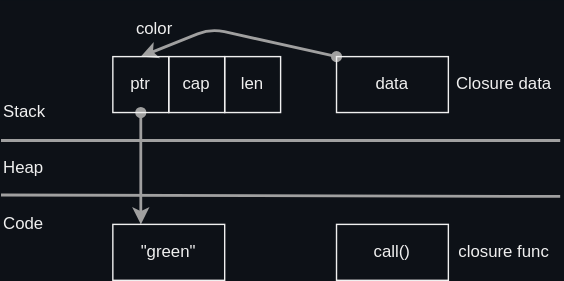
This is docs/rust/memory_layout/images/fn_closure.drawio.svg from htgithub194/self-study, a draw.io export, as it was before one commit. Source tidied: cells renumbered, new cells last; positions are measured from the earlier drawing's top-left corner, leaving out a move shared by most shapes.
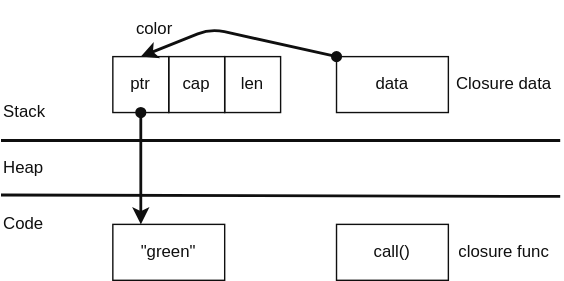
After the commit.

What changed in the source:
```diff
@@ -1,63 +1,63 @@
-<mxGraphModel background="#0D1117">
+<mxGraphModel>
   <root>
     <mxCell id="0" />
     <mxCell id="1" parent="0" />
-    <mxCell id="2" value="Closure data" style="text;html=1;strokeColor=none;fillColor=none;align=center;verticalAlign=middle;whiteSpace=wrap;rounded=0;fontColor=#F0F0F0;" parent="1" vertex="1">
+    <mxCell id="2" value="Closure data" style="text;html=1;strokeColor=none;fillColor=none;align=center;verticalAlign=middle;whiteSpace=wrap;rounded=0;fontColor=light-dark(#0F0F0F,#F0F0F0);" parent="1" vertex="1">
       <mxGeometry x="320" y="40" width="80" height="40" as="geometry" />
     </mxCell>
-    <mxCell id="3" style="endArrow=none;html=1;strokeColor=#A0A0A0;strokeWidth=2;" parent="1" edge="1">
+    <mxCell id="3" style="endArrow=none;html=1;strokeColor=light-dark(#0F0F0F,#F0F0F0);strokeWidth=2;fontColor=light-dark(#0F0F0F,#F0F0F0);" parent="1" edge="1">
       <mxGeometry relative="1" as="geometry">
         <mxPoint y="100" as="sourcePoint" />
         <mxPoint x="400" y="100" as="targetPoint" />
       </mxGeometry>
     </mxCell>
-    <mxCell id="4" value="Heap" style="text;html=1;strokeColor=none;fillColor=none;align=left;verticalAlign=middle;whiteSpace=wrap;rounded=0;fontColor=#F0F0F0;" parent="1" vertex="1">
+    <mxCell id="4" value="Heap" style="text;html=1;strokeColor=none;fillColor=none;align=left;verticalAlign=middle;whiteSpace=wrap;rounded=0;fontColor=light-dark(#0F0F0F,#F0F0F0);" parent="1" vertex="1">
       <mxGeometry y="100" width="80" height="40" as="geometry" />
     </mxCell>
-    <mxCell id="5" value="Stack" style="text;html=1;strokeColor=none;fillColor=none;align=left;verticalAlign=middle;whiteSpace=wrap;rounded=0;fontColor=#F0F0F0;" parent="1" vertex="1">
+    <mxCell id="5" value="Stack" style="text;html=1;strokeColor=none;fillColor=none;align=left;verticalAlign=middle;whiteSpace=wrap;rounded=0;fontColor=light-dark(#0F0F0F,#F0F0F0);" parent="1" vertex="1">
       <mxGeometry y="60" width="80" height="40" as="geometry" />
     </mxCell>
-    <mxCell id="6" style="edgeStyle=none;html=1;entryX=0.25;entryY=0;entryDx=0;entryDy=0;strokeColor=#A0A0A0;fontColor=#F0F0F0;strokeWidth=2;startArrow=oval;startFill=1;" parent="1" edge="1" source="17" target="12">
+    <mxCell id="6" style="edgeStyle=none;html=1;entryX=0.25;entryY=0;entryDx=0;entryDy=0;strokeColor=light-dark(#0F0F0F,#F0F0F0);fontColor=light-dark(#0F0F0F,#F0F0F0);strokeWidth=2;startArrow=oval;startFill=1;" parent="1" edge="1" source="17" target="12">
       <mxGeometry relative="1" as="geometry" />
     </mxCell>
-    <mxCell id="7" value="cap" style="rounded=0;whiteSpace=wrap;html=1;flipH=1;flipV=1;fillColor=none;fontColor=#F0F0F0;strokeColor=#F0F0F0;" parent="1" vertex="1">
+    <mxCell id="7" value="cap" style="rounded=0;whiteSpace=wrap;html=1;flipH=1;flipV=1;fillColor=none;fontColor=light-dark(#0F0F0F,#F0F0F0);strokeColor=light-dark(#0F0F0F,#F0F0F0);" parent="1" vertex="1">
       <mxGeometry x="120" y="40" width="40" height="40" as="geometry" />
     </mxCell>
-    <mxCell id="8" value="len" style="rounded=0;whiteSpace=wrap;html=1;flipH=1;flipV=1;fillColor=none;fontColor=#F0F0F0;strokeColor=#F0F0F0;" parent="1" vertex="1">
+    <mxCell id="8" value="len" style="rounded=0;whiteSpace=wrap;html=1;flipH=1;flipV=1;fillColor=none;fontColor=light-dark(#0F0F0F,#F0F0F0);strokeColor=light-dark(#0F0F0F,#F0F0F0);" parent="1" vertex="1">
       <mxGeometry x="160" y="40" width="40" height="40" as="geometry" />
     </mxCell>
-    <mxCell id="9" value="color" style="text;html=1;strokeColor=none;fillColor=none;align=center;verticalAlign=middle;whiteSpace=wrap;rounded=0;fontColor=#F0F0F0;" parent="1" vertex="1">
+    <mxCell id="9" value="color" style="text;html=1;strokeColor=none;fillColor=none;align=center;verticalAlign=middle;whiteSpace=wrap;rounded=0;fontColor=light-dark(#0F0F0F,#F0F0F0);" parent="1" vertex="1">
       <mxGeometry x="80" width="60" height="40" as="geometry" />
     </mxCell>
-    <mxCell id="10" value="Code" style="text;html=1;strokeColor=none;fillColor=none;align=left;verticalAlign=middle;whiteSpace=wrap;rounded=0;fontColor=#F0F0F0;" parent="1" vertex="1">
+    <mxCell id="10" value="Code" style="text;html=1;strokeColor=none;fillColor=none;align=left;verticalAlign=middle;whiteSpace=wrap;rounded=0;fontColor=light-dark(#0F0F0F,#F0F0F0);" parent="1" vertex="1">
       <mxGeometry y="140" width="80" height="40" as="geometry" />
     </mxCell>
-    <mxCell id="11" style="endArrow=none;html=1;strokeColor=#A0A0A0;strokeWidth=2;" parent="1" edge="1">
+    <mxCell id="11" style="endArrow=none;html=1;strokeColor=light-dark(#0F0F0F,#F0F0F0);strokeWidth=2;fontColor=light-dark(#0F0F0F,#F0F0F0);" parent="1" edge="1">
       <mxGeometry relative="1" as="geometry">
         <mxPoint y="139" as="sourcePoint" />
         <mxPoint x="400" y="140" as="targetPoint" />
       </mxGeometry>
     </mxCell>
-    <mxCell id="12" value="&quot;green&quot;" style="rounded=0;whiteSpace=wrap;html=1;flipH=1;flipV=1;fillColor=none;fontColor=#F0F0F0;strokeColor=#F0F0F0;" parent="1" vertex="1">
+    <mxCell id="12" value="&quot;green&quot;" style="rounded=0;whiteSpace=wrap;html=1;flipH=1;flipV=1;fillColor=none;fontColor=light-dark(#0F0F0F,#F0F0F0);strokeColor=light-dark(#0F0F0F,#F0F0F0);" parent="1" vertex="1">
       <mxGeometry x="80" y="160" width="80" height="40" as="geometry" />
     </mxCell>
-    <mxCell id="13" value="call()" style="rounded=0;whiteSpace=wrap;html=1;flipH=1;flipV=1;fillColor=none;fontColor=#F0F0F0;strokeColor=#F0F0F0;" parent="1" vertex="1">
+    <mxCell id="13" value="call()" style="rounded=0;whiteSpace=wrap;html=1;flipH=1;flipV=1;fillColor=none;fontColor=light-dark(#0F0F0F,#F0F0F0);strokeColor=light-dark(#0F0F0F,#F0F0F0);" parent="1" vertex="1">
       <mxGeometry x="240" y="160" width="80" height="40" as="geometry" />
     </mxCell>
-    <mxCell id="14" style="edgeStyle=none;html=1;strokeWidth=2;startArrow=oval;startFill=1;strokeColor=#A0A0A0;exitX=0;exitY=0;exitDx=0;exitDy=0;entryX=0.5;entryY=0;entryDx=0;entryDy=0;" parent="1" edge="1" source="15" target="17">
+    <mxCell id="14" style="edgeStyle=none;html=1;strokeWidth=2;startArrow=oval;startFill=1;strokeColor=light-dark(#0F0F0F,#F0F0F0);exitX=0;exitY=0;exitDx=0;exitDy=0;entryX=0.5;entryY=0;entryDx=0;entryDy=0;fontColor=light-dark(#0F0F0F,#F0F0F0);" parent="1" edge="1" source="15" target="17">
       <mxGeometry relative="1" as="geometry">
         <Array as="points">
           <mxPoint x="150" y="20" />
         </Array>
       </mxGeometry>
     </mxCell>
-    <mxCell id="15" value="data" style="rounded=0;whiteSpace=wrap;html=1;flipH=1;flipV=1;fillColor=none;fontColor=#F0F0F0;strokeColor=#F0F0F0;" parent="1" vertex="1">
+    <mxCell id="15" value="data" style="rounded=0;whiteSpace=wrap;html=1;flipH=1;flipV=1;fillColor=none;fontColor=light-dark(#0F0F0F,#F0F0F0);strokeColor=light-dark(#0F0F0F,#F0F0F0);" parent="1" vertex="1">
       <mxGeometry x="240" y="40" width="80" height="40" as="geometry" />
     </mxCell>
-    <mxCell id="16" value="closure func" style="text;html=1;strokeColor=none;fillColor=none;align=center;verticalAlign=middle;whiteSpace=wrap;rounded=0;fontColor=#F0F0F0;" parent="1" vertex="1">
+    <mxCell id="16" value="closure func" style="text;html=1;strokeColor=none;fillColor=none;align=center;verticalAlign=middle;whiteSpace=wrap;rounded=0;fontColor=light-dark(#0F0F0F,#F0F0F0);" parent="1" vertex="1">
       <mxGeometry x="320" y="160" width="80" height="40" as="geometry" />
     </mxCell>
-    <mxCell id="17" value="ptr" style="rounded=0;whiteSpace=wrap;html=1;flipH=1;flipV=1;fillColor=none;fontColor=#F0F0F0;strokeColor=#F0F0F0;" parent="1" vertex="1">
+    <mxCell id="17" value="ptr" style="rounded=0;whiteSpace=wrap;html=1;flipH=1;flipV=1;fillColor=none;fontColor=light-dark(#0F0F0F,#F0F0F0);strokeColor=light-dark(#0F0F0F,#F0F0F0);" parent="1" vertex="1">
       <mxGeometry x="80" y="40" width="40" height="40" as="geometry" />
     </mxCell>
   </root>
```
